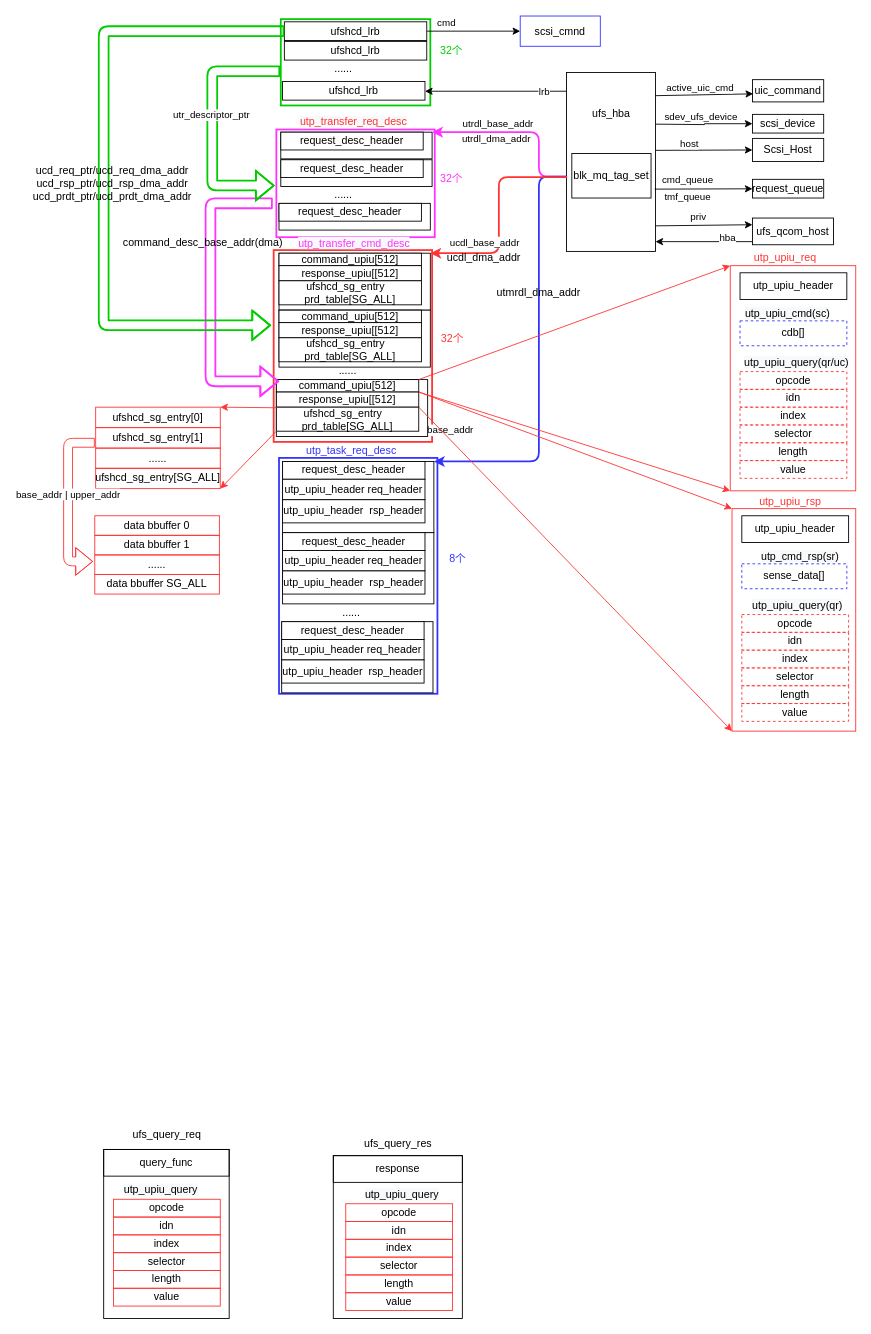
Above: ufs.drawio in jasonactions/graph (draw.io), before the change. Source tidied: cells renumbered, new cells numbered last; positions are measured from the earlier drawing's top-left corner, leaving out a move shared by most shapes. Both pictures are drawn from the tidied source at 89%, with x=0, y=0 at pixel (32, 15).
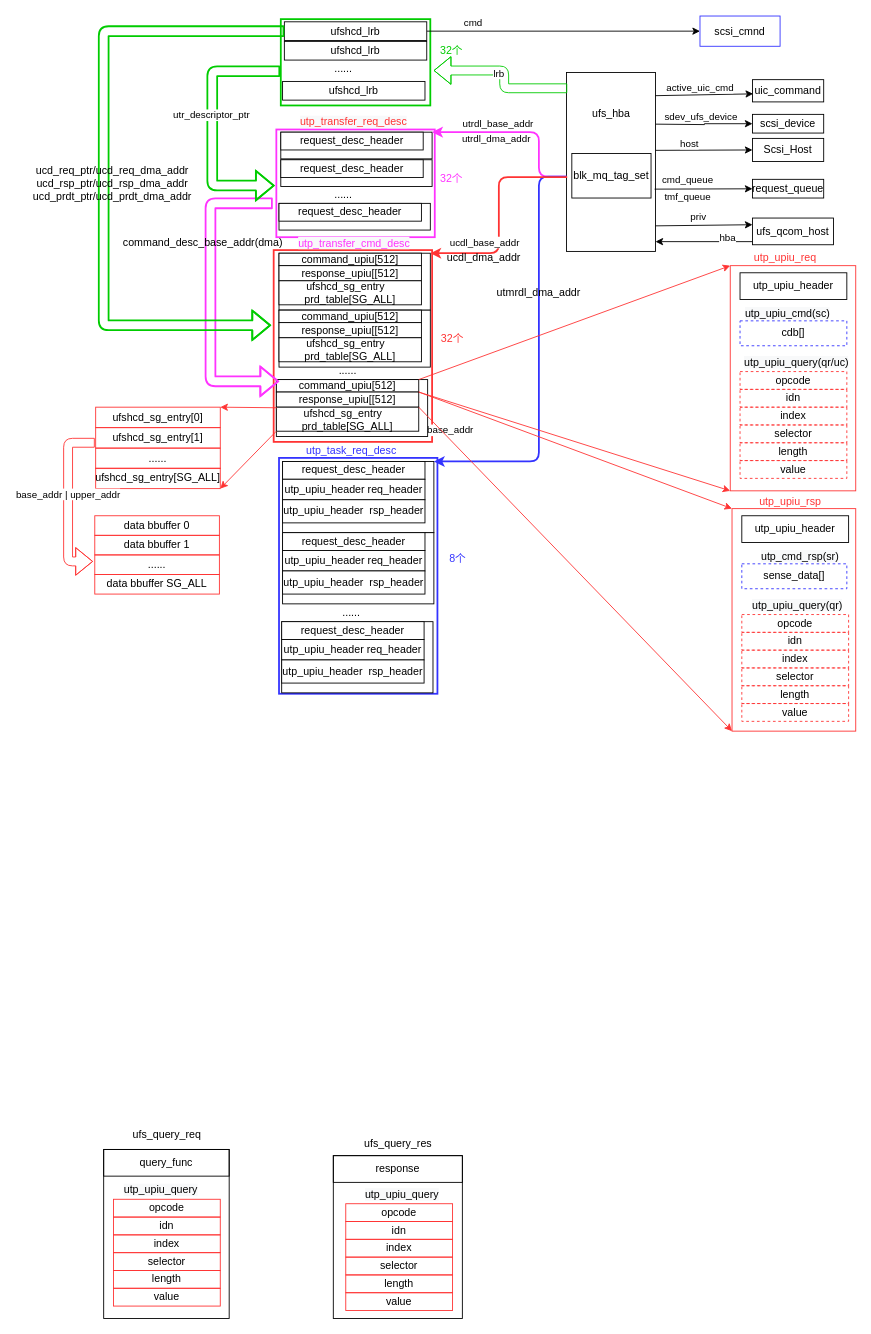
After the change.

The change refers to these unchanged cells:
```xml
<mxCell id="4" style="rounded=0;whiteSpace=wrap;html=1;strokeWidth=2;strokeColor=#00CC00;" parent="1" vertex="1">
  <mxGeometry x="279" y="4" width="168" height="97" as="geometry" />
</mxCell>
<mxCell id="10" style="rounded=0;whiteSpace=wrap;html=1;" parent="1" vertex="1">
  <mxGeometry x="600" y="64" width="100" height="201" as="geometry" />
</mxCell>
<mxCell id="29" value="ufshcd_lrb" style="rounded=0;whiteSpace=wrap;html=1;" parent="1" vertex="1">
  <mxGeometry x="281" y="74" width="160" height="21" as="geometry" />
</mxCell>
```

The edit, as a diff of the source:
```diff
@@
-    <mxCell id="35" style="edgeStyle=elbowEdgeStyle;elbow=vertical;endArrow=classic;html=1;entryX=1;entryY=0.5;entryDx=0;entryDy=0;" parent="1" edge="1" target="29">
-      <mxGeometry relative="1" as="geometry">
-        <mxPoint x="600" y="85" as="sourcePoint" />
-        <Array as="points">
-          <mxPoint x="529" y="85" />
-        </Array>
-      </mxGeometry>
-    </mxCell>
-    <mxCell id="36" value="lrb" style="edgeLabel;html=1;align=center;verticalAlign=middle;" parent="35" vertex="1">
-      <mxGeometry x="-0.67" relative="1" as="geometry" />
-    </mxCell>
@@
     <mxCell id="134" value="scsi_cmnd" style="rounded=0;whiteSpace=wrap;html=1;strokeColor=#3333FF;strokeWidth=1;fillColor=none;" parent="1" vertex="1">
-      <mxGeometry x="548" y="0.5" width="90" height="34" as="geometry" />
+      <mxGeometry x="750" y="0.5" width="90" height="34" as="geometry" />
     </mxCell>
@@
+    <mxCell id="151" style="edgeStyle=elbowEdgeStyle;elbow=horizontal;endArrow=classic;html=1;strokeWidth=1;exitX=0.008;exitY=0.088;exitDx=0;exitDy=0;exitPerimeter=0;entryX=1.022;entryY=0.595;entryDx=0;entryDy=0;entryPerimeter=0;strokeColor=#00CC00;shape=flexArrow;" parent="1" edge="1" source="10" target="4">
+      <mxGeometry relative="1" as="geometry">
+        <Array as="points">
+          <mxPoint x="530" y="53" />
+        </Array>
+      </mxGeometry>
+    </mxCell>
+    <mxCell id="36" value="lrb" style="edgeLabel;html=1;align=center;verticalAlign=middle;" parent="151" vertex="1">
+      <mxGeometry x="0.14" y="3" relative="1" as="geometry" />
+    </mxCell>
```
